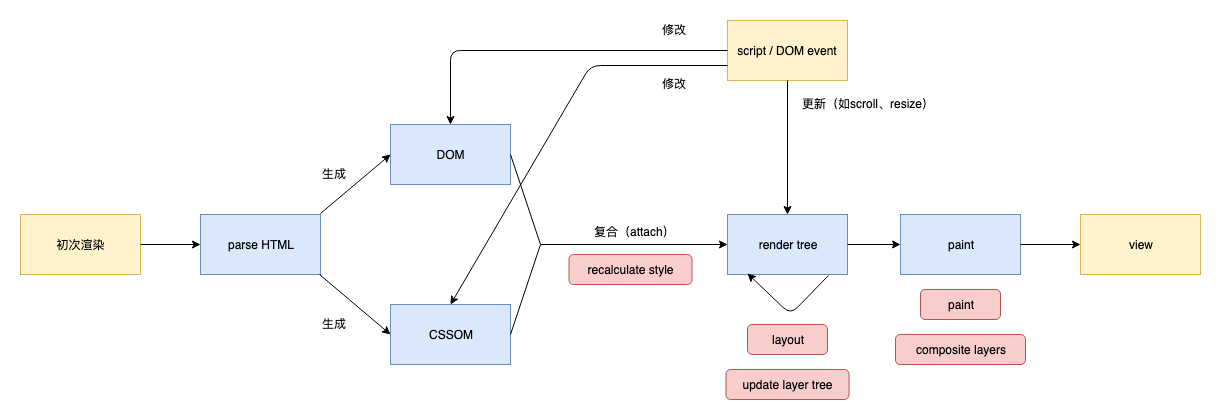
The draw.io diagram resources/browser-render/render-process.png in nossika/FE-stuff, before a commit. Source tidied: cells renumbered, new cells last; positions are measured from the earlier drawing's top-left corner, leaving out a move shared by most shapes.
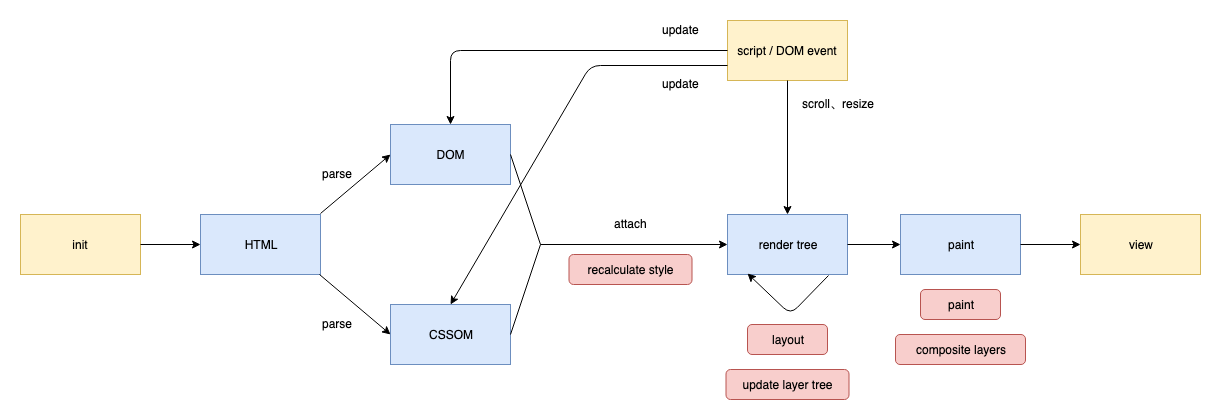
After the change.

The edit, as a diff of the source:
```diff
@@ -2,10 +2,10 @@
   <root>
     <mxCell id="0" />
     <mxCell id="1" parent="0" />
-    <mxCell id="2" value="初次渲染" style="rounded=0;whiteSpace=wrap;html=1;fillColor=#fff2cc;strokeColor=#d6b656;" parent="1" vertex="1">
+    <mxCell id="2" value="init" style="rounded=0;whiteSpace=wrap;html=1;fillColor=#fff2cc;strokeColor=#d6b656;" parent="1" vertex="1">
       <mxGeometry y="194" width="120" height="60" as="geometry" />
     </mxCell>
-    <mxCell id="3" value="parse HTML" style="rounded=0;whiteSpace=wrap;html=1;fillColor=#dae8fc;strokeColor=#6c8ebf;" parent="1" vertex="1">
+    <mxCell id="3" value="HTML" style="rounded=0;whiteSpace=wrap;html=1;fillColor=#dae8fc;strokeColor=#6c8ebf;" parent="1" vertex="1">
       <mxGeometry x="180" y="194" width="120" height="60" as="geometry" />
     </mxCell>
     <mxCell id="4" value="DOM" style="rounded=0;whiteSpace=wrap;html=1;fillColor=#dae8fc;strokeColor=#6c8ebf;" parent="1" vertex="1">
@@ -56,11 +56,11 @@
     <mxCell id="17" style="endArrow=classic;html=1;entryX=0;entryY=0.5;entryDx=0;entryDy=0;exitX=1;exitY=0.5;exitDx=0;exitDy=0;" parent="1" edge="1" source="7" target="16">
       <mxGeometry relative="1" as="geometry" />
     </mxCell>
-    <mxCell id="18" value="生成" style="text;html=1;align=left;verticalAlign=top;spacingTop=-4;" parent="1" vertex="1">
-      <mxGeometry x="300" y="144" width="40" height="20" as="geometry" />
+    <mxCell id="18" value="parse" style="text;html=1;align=left;verticalAlign=top;spacingTop=-4;" parent="1" vertex="1">
+      <mxGeometry x="300" y="144" width="50" height="20" as="geometry" />
     </mxCell>
-    <mxCell id="19" value="生成" style="text;html=1;align=left;verticalAlign=top;spacingTop=-4;" parent="1" vertex="1">
-      <mxGeometry x="300" y="294" width="40" height="20" as="geometry" />
+    <mxCell id="19" value="parse" style="text;html=1;align=left;verticalAlign=top;spacingTop=-4;" parent="1" vertex="1">
+      <mxGeometry x="300" y="294" width="50" height="20" as="geometry" />
     </mxCell>
     <mxCell id="20" style="endArrow=classic;html=1;entryX=0.5;entryY=0;entryDx=0;entryDy=0;exitX=0;exitY=0.5;exitDx=0;exitDy=0;" parent="1" edge="1" source="8" target="4">
       <mxGeometry relative="1" as="geometry">
@@ -76,20 +76,20 @@
         </Array>
       </mxGeometry>
     </mxCell>
-    <mxCell id="22" value="修改" style="text;html=1;align=left;verticalAlign=top;spacingTop=-4;" parent="1" vertex="1">
-      <mxGeometry x="640" width="40" height="20" as="geometry" />
+    <mxCell id="22" value="update" style="text;html=1;align=left;verticalAlign=top;spacingTop=-4;" parent="1" vertex="1">
+      <mxGeometry x="640" width="50" height="20" as="geometry" />
     </mxCell>
-    <mxCell id="23" value="修改" style="text;html=1;align=left;verticalAlign=top;spacingTop=-4;" parent="1" vertex="1">
-      <mxGeometry x="640" y="54" width="40" height="20" as="geometry" />
+    <mxCell id="23" value="update" style="text;html=1;align=left;verticalAlign=top;spacingTop=-4;" parent="1" vertex="1">
+      <mxGeometry x="640" y="54" width="50" height="20" as="geometry" />
     </mxCell>
     <mxCell id="24" style="endArrow=classic;html=1;exitX=0.5;exitY=1;exitDx=0;exitDy=0;entryX=0.5;entryY=0;entryDx=0;entryDy=0;" parent="1" edge="1" source="8" target="6">
       <mxGeometry relative="1" as="geometry" />
     </mxCell>
-    <mxCell id="25" value="更新（如scroll、resize）" style="text;html=1;align=left;verticalAlign=top;spacingTop=-4;" parent="1" vertex="1">
-      <mxGeometry x="780" y="74" width="150" height="20" as="geometry" />
+    <mxCell id="25" value="scroll、resize" style="text;html=1;align=left;verticalAlign=top;spacingTop=-4;" parent="1" vertex="1">
+      <mxGeometry x="780" y="74" width="90" height="20" as="geometry" />
     </mxCell>
-    <mxCell id="26" value="复合（attach）" style="text;html=1;align=left;verticalAlign=top;spacingTop=-4;" parent="1" vertex="1">
-      <mxGeometry x="571.5" y="202" width="100" height="20" as="geometry" />
+    <mxCell id="26" value="&lt;div style=&quot;text-align: center&quot;&gt;&lt;span&gt;attach&lt;/span&gt;&lt;/div&gt;" style="text;html=1;align=center;verticalAlign=top;spacingTop=-4;" parent="1" vertex="1">
+      <mxGeometry x="585" y="194" width="50" height="20" as="geometry" />
     </mxCell>
     <mxCell id="27" value="&lt;span&gt;recalculate style&lt;/span&gt;" style="rounded=1;whiteSpace=wrap;html=1;fillColor=#f8cecc;strokeColor=#b85450;" parent="1" vertex="1">
       <mxGeometry x="548.5" y="234" width="123" height="30" as="geometry" />
```
